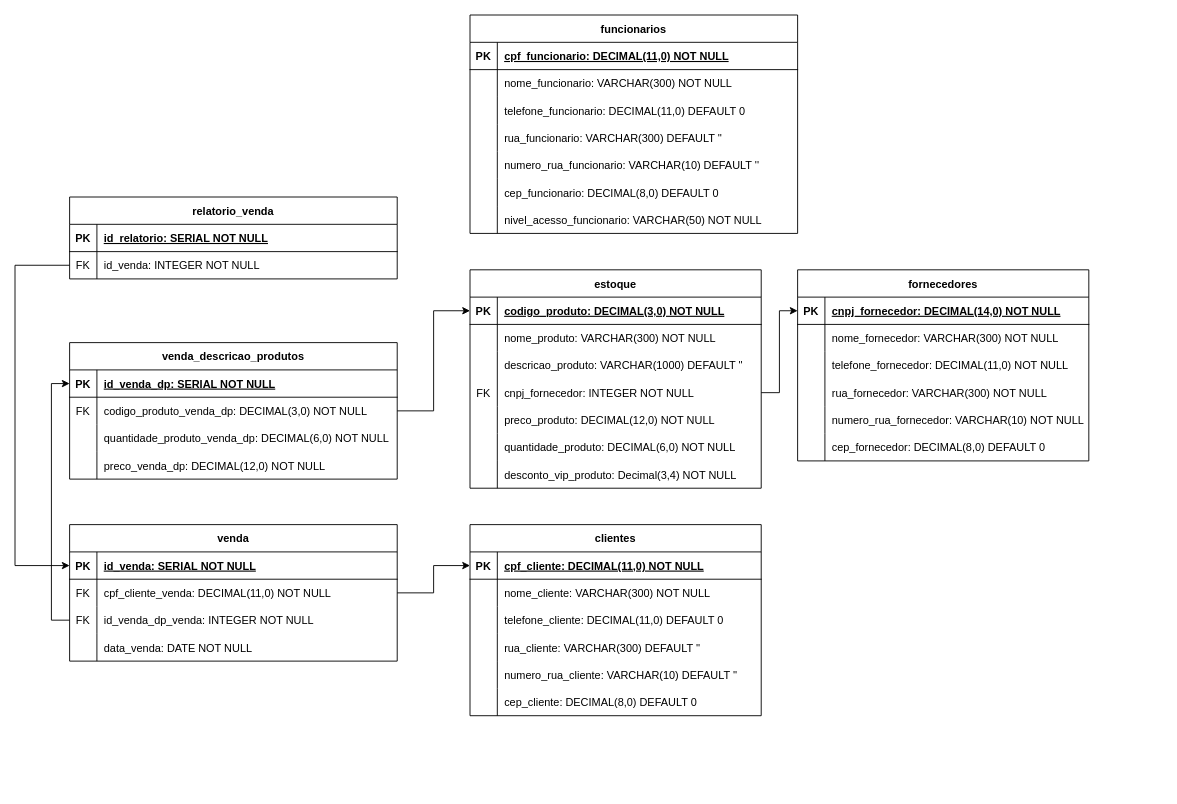
Earlier version of the draw.io diagram mercadoasj_der.drawio (OZimbres/MercadoASJ). Source tidied: cells renumbered, new cells numbered last; positions are measured from the earlier drawing's top-left corner, leaving out a move shared by most shapes. Both pictures are drawn from the tidied source at 91%, with x=0, y=0 at pixel (15, 15).
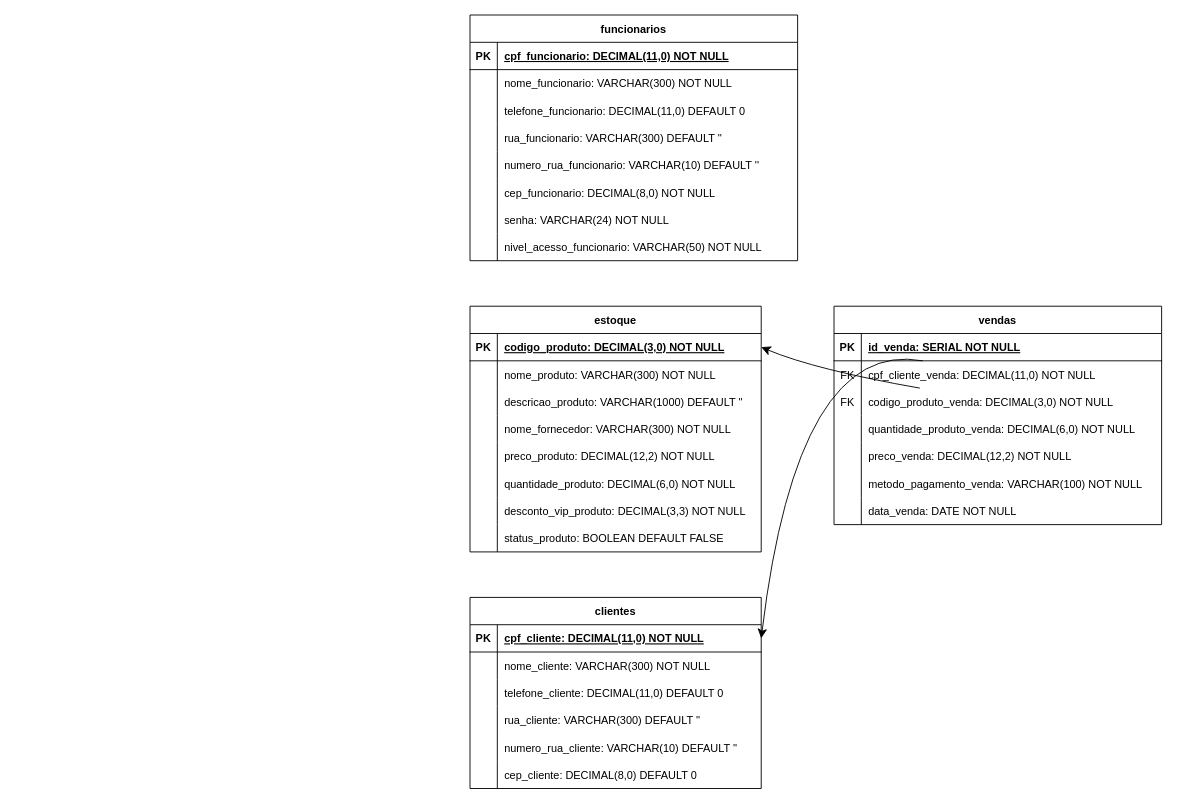
Above is the later version.

Unchanged cells that the change refers to:
```xml
<mxCell id="3" style="shape=partialRectangle;fillColor=none;points=[[0,0.5],[1,0.5]];portConstraint=eastwest;top=0;left=0;right=0;bottom=1;" parent="2" vertex="1">
  <mxGeometry y="30" width="320" height="30" as="geometry" />
</mxCell>
<mxCell id="22" style="shape=partialRectangle;fillColor=none;points=[[0,0.5],[1,0.5]];portConstraint=eastwest;top=0;left=0;right=0;bottom=1;" parent="21" vertex="1">
  <mxGeometry y="30" width="320" height="30" as="geometry" />
</mxCell>
<mxCell id="31" style="shape=partialRectangle;fillColor=none;points=[[0,0.5],[1,0.5]];portConstraint=eastwest;top=0;left=0;right=0;bottom=0;" parent="21" vertex="1">
  <mxGeometry y="120" width="320" height="30" as="geometry" />
</mxCell>
<mxCell id="34" style="shape=partialRectangle;fillColor=none;top=0;left=0;right=0;bottom=0;" parent="21" vertex="1">
  <mxGeometry y="150" width="320" height="30" as="geometry" />
</mxCell>
<mxCell id="40" style="shape=partialRectangle;fillColor=none;top=0;left=0;right=0;bottom=0;" parent="21" vertex="1">
  <mxGeometry y="210" width="320" height="30" as="geometry" />
</mxCell>
<mxCell id="78" style="shape=partialRectangle;fillColor=none;top=0;left=0;right=0;bottom=0;" parent="62" vertex="1">
  <mxGeometry y="180" width="360" height="30" as="geometry" />
</mxCell>
<mxCell id="81" style="shape=partialRectangle;fillColor=none;top=0;left=0;right=0;bottom=0;" parent="62" vertex="1">
  <mxGeometry y="210" width="360" height="30" as="geometry" />
</mxCell>
<mxCell id="107" style="shape=partialRectangle;fillColor=none;points=[[0,0.5],[1,0.5]];portConstraint=eastwest;top=0;left=0;right=0;bottom=1;" parent="106" vertex="1">
  <mxGeometry y="30" width="360" height="30" as="geometry" />
</mxCell>
<mxCell id="110" style="shape=partialRectangle;fillColor=none;points=[[0,0.5],[1,0.5]];portConstraint=eastwest;top=0;left=0;right=0;bottom=0;" parent="106" vertex="1">
  <mxGeometry y="60" width="360" height="30" as="geometry" />
</mxCell>
<mxCell id="113" style="shape=partialRectangle;fillColor=none;points=[[0,0.5],[1,0.5]];portConstraint=eastwest;top=0;left=0;right=0;bottom=0;" parent="106" vertex="1">
  <mxGeometry y="90" width="360" height="30" as="geometry" />
</mxCell>
<mxCell id="116" style="shape=partialRectangle;fillColor=none;top=0;left=0;right=0;bottom=0;" parent="106" vertex="1">
  <mxGeometry y="120" width="360" height="30" as="geometry" />
</mxCell>
```

The edit, as a diff of the source:
```diff
@@
     <mxCell id="2" value="clientes" style="shape=table;startSize=30;childLayout=tableLayout;rowLines=0;fontStyle=1;align=center;" parent="1" vertex="1">
-      <mxGeometry x="500" y="560" width="320" height="210" as="geometry" />
+      <mxGeometry x="500" y="640" width="320" height="210" as="geometry" />
     </mxCell>
@@
     <mxCell id="21" value="estoque" style="shape=table;startSize=30;childLayout=tableLayout;rowLines=0;fontStyle=1;align=center;" parent="1" vertex="1">
-      <mxGeometry x="500" y="280" width="320" height="240" as="geometry" />
+      <mxGeometry x="500" y="320" width="320" height="270" as="geometry" />
     </mxCell>
@@
-    <mxCell id="32" value="FK" style="shape=partialRectangle;overflow=hidden;fillColor=none;top=0;left=0;bottom=0;right=0;" parent="31" vertex="1">
+    <mxCell id="32" style="shape=partialRectangle;overflow=hidden;fillColor=none;top=0;left=0;bottom=0;right=0;" parent="31" vertex="1">
       <mxGeometry width="30" height="30" as="geometry" />
     </mxCell>
-    <mxCell id="33" value="cnpj_fornecedor: INTEGER NOT NULL" style="shape=partialRectangle;overflow=hidden;fillColor=none;top=0;left=0;bottom=0;right=0;align=left;spacingLeft=6;" parent="31" vertex="1">
+    <mxCell id="33" value="nome_fornecedor: VARCHAR(300) NOT NULL" style="shape=partialRectangle;overflow=hidden;fillColor=none;top=0;left=0;bottom=0;right=0;align=left;spacingLeft=6;" parent="31" vertex="1">
       <mxGeometry x="30" width="290" height="30" as="geometry" />
     </mxCell>
@@
-    <mxCell id="36" value="preco_produto: DECIMAL(12,0) NOT NULL" style="shape=partialRectangle;overflow=hidden;fillColor=none;top=0;left=0;bottom=0;right=0;align=left;spacingLeft=6;" parent="34" vertex="1">
+    <mxCell id="36" value="preco_produto: DECIMAL(12,2) NOT NULL" style="shape=partialRectangle;overflow=hidden;fillColor=none;top=0;left=0;bottom=0;right=0;align=left;spacingLeft=6;" parent="34" vertex="1">
       <mxGeometry x="30" width="290" height="30" as="geometry" />
     </mxCell>
@@
-    <mxCell id="42" value="desconto_vip_produto: Decimal(3,4) NOT NULL" style="shape=partialRectangle;overflow=hidden;fillColor=none;top=0;left=0;bottom=0;right=0;align=left;spacingLeft=6;" parent="40" vertex="1">
+    <mxCell id="42" value="desconto_vip_produto: DECIMAL(3,3) NOT NULL" style="shape=partialRectangle;overflow=hidden;fillColor=none;top=0;left=0;bottom=0;right=0;align=left;spacingLeft=6;" parent="40" vertex="1">
       <mxGeometry x="30" width="290" height="30" as="geometry" />
     </mxCell>
-    <mxCell id="43" value="fornecedores" style="shape=table;startSize=30;childLayout=tableLayout;rowLines=0;fontStyle=1;align=center;" parent="1" vertex="1">
-      <mxGeometry x="860" y="280" width="320" height="210" as="geometry" />
-    </mxCell>
-    <mxCell id="44" style="shape=partialRectangle;fillColor=none;points=[[0,0.5],[1,0.5]];portConstraint=eastwest;top=0;left=0;right=0;bottom=1;" parent="43" vertex="1">
-      <mxGeometry y="30" width="320" height="30" as="geometry" />
-    </mxCell>
-    <mxCell id="45" value="PK" style="shape=partialRectangle;overflow=hidden;fillColor=none;top=0;left=0;bottom=0;right=0;fontStyle=1;" parent="44" vertex="1">
-      <mxGeometry width="30" height="30" as="geometry" />
-    </mxCell>
-    <mxCell id="46" value="cnpj_fornecedor: DECIMAL(14,0) NOT NULL" style="shape=partialRectangle;overflow=hidden;fillColor=none;top=0;left=0;bottom=0;right=0;align=left;spacingLeft=6;fontStyle=5;" parent="44" vertex="1">
-      <mxGeometry x="30" width="290" height="30" as="geometry" />
-    </mxCell>
-    <mxCell id="47" style="shape=partialRectangle;fillColor=none;top=0;left=0;right=0;bottom=0;" parent="43" vertex="1">
-      <mxGeometry y="60" width="320" height="30" as="geometry" />
-    </mxCell>
-    <mxCell id="48" style="shape=partialRectangle;overflow=hidden;fillColor=none;top=0;left=0;bottom=0;right=0;" parent="47" vertex="1">
-      <mxGeometry width="30" height="30" as="geometry" />
-    </mxCell>
-    <mxCell id="49" value="nome_fornecedor: VARCHAR(300) NOT NULL" style="shape=partialRectangle;overflow=hidden;fillColor=none;top=0;left=0;bottom=0;right=0;align=left;spacingLeft=6;" parent="47" vertex="1">
-      <mxGeometry x="30" width="290" height="30" as="geometry" />
-    </mxCell>
-    <mxCell id="50" style="shape=partialRectangle;fillColor=none;top=0;left=0;right=0;bottom=0;" parent="43" vertex="1">
-      <mxGeometry y="90" width="320" height="30" as="geometry" />
-    </mxCell>
-    <mxCell id="51" style="shape=partialRectangle;overflow=hidden;fillColor=none;top=0;left=0;bottom=0;right=0;" parent="50" vertex="1">
-      <mxGeometry width="30" height="30" as="geometry" />
-    </mxCell>
-    <mxCell id="52" value="telefone_fornecedor: DECIMAL(11,0) NOT NULL" style="shape=partialRectangle;overflow=hidden;fillColor=none;top=0;left=0;bottom=0;right=0;align=left;spacingLeft=6;" parent="50" vertex="1">
-      <mxGeometry x="30" width="290" height="30" as="geometry" />
-    </mxCell>
-    <mxCell id="53" style="shape=partialRectangle;fillColor=none;top=0;left=0;right=0;bottom=0;" parent="43" vertex="1">
-      <mxGeometry y="120" width="320" height="30" as="geometry" />
-    </mxCell>
-    <mxCell id="54" style="shape=partialRectangle;overflow=hidden;fillColor=none;top=0;left=0;bottom=0;right=0;" parent="53" vertex="1">
-      <mxGeometry width="30" height="30" as="geometry" />
-    </mxCell>
-    <mxCell id="55" value="rua_fornecedor: VARCHAR(300) NOT NULL" style="shape=partialRectangle;overflow=hidden;fillColor=none;top=0;left=0;bottom=0;right=0;align=left;spacingLeft=6;" parent="53" vertex="1">
-      <mxGeometry x="30" width="290" height="30" as="geometry" />
-    </mxCell>
-    <mxCell id="56" style="shape=partialRectangle;fillColor=none;top=0;left=0;right=0;bottom=0;" parent="43" vertex="1">
-      <mxGeometry y="150" width="320" height="30" as="geometry" />
-    </mxCell>
-    <mxCell id="57" style="shape=partialRectangle;overflow=hidden;fillColor=none;top=0;left=0;bottom=0;right=0;" parent="56" vertex="1">
-      <mxGeometry width="30" height="30" as="geometry" />
-    </mxCell>
-    <mxCell id="58" value="numero_rua_fornecedor: VARCHAR(10) NOT NULL" style="shape=partialRectangle;overflow=hidden;fillColor=none;top=0;left=0;bottom=0;right=0;align=left;spacingLeft=6;" parent="56" vertex="1">
-      <mxGeometry x="30" width="290" height="30" as="geometry" />
-    </mxCell>
-    <mxCell id="59" style="shape=partialRectangle;fillColor=none;top=0;left=0;right=0;bottom=0;" parent="43" vertex="1">
-      <mxGeometry y="180" width="320" height="30" as="geometry" />
-    </mxCell>
-    <mxCell id="60" style="shape=partialRectangle;overflow=hidden;fillColor=none;top=0;left=0;bottom=0;right=0;" parent="59" vertex="1">
-      <mxGeometry width="30" height="30" as="geometry" />
-    </mxCell>
-    <mxCell id="61" value="cep_fornecedor: DECIMAL(8,0) DEFAULT 0 " style="shape=partialRectangle;overflow=hidden;fillColor=none;top=0;left=0;bottom=0;right=0;align=left;spacingLeft=6;" parent="59" vertex="1">
-      <mxGeometry x="30" width="290" height="30" as="geometry" />
-    </mxCell>
+    <mxCell id="122" style="shape=partialRectangle;fillColor=none;top=0;left=0;right=0;bottom=0;" parent="21" vertex="1">
+      <mxGeometry y="240" width="320" height="30" as="geometry" />
+    </mxCell>
+    <mxCell id="123" style="shape=partialRectangle;overflow=hidden;fillColor=none;top=0;left=0;bottom=0;right=0;" parent="122" vertex="1">
+      <mxGeometry width="30" height="30" as="geometry" />
+    </mxCell>
+    <mxCell id="124" value="status_produto: BOOLEAN DEFAULT FALSE" style="shape=partialRectangle;overflow=hidden;fillColor=none;top=0;left=0;bottom=0;right=0;align=left;spacingLeft=6;" parent="122" vertex="1">
+      <mxGeometry x="30" width="290" height="30" as="geometry" />
+    </mxCell>
     <mxCell id="62" value="funcionarios" style="shape=table;startSize=30;childLayout=tableLayout;rowLines=0;fontStyle=1;align=center;" parent="1" vertex="1">
-      <mxGeometry x="500" width="360" height="240" as="geometry" />
+      <mxGeometry x="500" width="360" height="270" as="geometry" />
     </mxCell>
@@
-    <mxCell id="80" value="cep_funcionario: DECIMAL(8,0) DEFAULT 0 " style="shape=partialRectangle;overflow=hidden;fillColor=none;top=0;left=0;bottom=0;right=0;align=left;spacingLeft=6;" parent="78" vertex="1">
+    <mxCell id="80" value="cep_funcionario: DECIMAL(8,0) NOT NULL" style="shape=partialRectangle;overflow=hidden;fillColor=none;top=0;left=0;bottom=0;right=0;align=left;spacingLeft=6;" parent="78" vertex="1">
       <mxGeometry x="30" width="330" height="30" as="geometry" />
     </mxCell>
@@
-    <mxCell id="83" value="nivel_acesso_funcionario: VARCHAR(50) NOT NULL" style="shape=partialRectangle;overflow=hidden;fillColor=none;top=0;left=0;bottom=0;right=0;align=left;spacingLeft=6;" parent="81" vertex="1">
+    <mxCell id="83" value="senha: VARCHAR(24) NOT NULL" style="shape=partialRectangle;overflow=hidden;fillColor=none;top=0;left=0;bottom=0;right=0;align=left;spacingLeft=6;" parent="81" vertex="1">
       <mxGeometry x="30" width="330" height="30" as="geometry" />
     </mxCell>
-    <mxCell id="84" style="edgeStyle=orthogonalEdgeStyle;rounded=0;jettySize=auto;html=1;entryX=0;entryY=0.5;entryDx=0;entryDy=0;" parent="1" edge="1" source="31" target="44">
-      <mxGeometry relative="1" as="geometry" />
-    </mxCell>
-    <mxCell id="85" value="relatorio_venda" style="shape=table;startSize=30;childLayout=tableLayout;rowLines=0;fontStyle=1;align=center;" parent="1" vertex="1">
-      <mxGeometry x="60" y="200" width="360" height="90" as="geometry" />
-    </mxCell>
-    <mxCell id="86" style="shape=partialRectangle;fillColor=none;top=0;left=0;right=0;bottom=1;" parent="85" vertex="1">
-      <mxGeometry y="30" width="360" height="30" as="geometry" />
-    </mxCell>
-    <mxCell id="87" value="PK" style="shape=partialRectangle;overflow=hidden;fillColor=none;top=0;left=0;bottom=0;right=0;fontStyle=1;" parent="86" vertex="1">
-      <mxGeometry width="30" height="30" as="geometry" />
-    </mxCell>
-    <mxCell id="88" value="id_relatorio: SERIAL NOT NULL" style="shape=partialRectangle;overflow=hidden;fillColor=none;top=0;left=0;bottom=0;right=0;align=left;spacingLeft=6;fontStyle=5;" parent="86" vertex="1">
-      <mxGeometry x="30" width="330" height="30" as="geometry" />
-    </mxCell>
-    <mxCell id="89" style="shape=partialRectangle;fillColor=none;points=[[0,0.5],[1,0.5]];portConstraint=eastwest;top=0;left=0;right=0;bottom=0;" parent="85" vertex="1">
-      <mxGeometry y="60" width="360" height="30" as="geometry" />
-    </mxCell>
-    <mxCell id="90" value="FK" style="shape=partialRectangle;overflow=hidden;fillColor=none;top=0;left=0;bottom=0;right=0;" parent="89" vertex="1">
-      <mxGeometry width="30" height="30" as="geometry" />
-    </mxCell>
-    <mxCell id="91" value="id_venda: INTEGER NOT NULL" style="shape=partialRectangle;overflow=hidden;fillColor=none;top=0;left=0;bottom=0;right=0;align=left;spacingLeft=6;" parent="89" vertex="1">
-      <mxGeometry x="30" width="330" height="30" as="geometry" />
-    </mxCell>
-    <mxCell id="92" value="venda_descricao_produtos" style="shape=table;startSize=30;childLayout=tableLayout;rowLines=0;fontStyle=1;align=center;" parent="1" vertex="1">
-      <mxGeometry x="60" y="360" width="360" height="150" as="geometry" />
-    </mxCell>
-    <mxCell id="93" style="shape=partialRectangle;fillColor=none;points=[[0,0.5],[1,0.5]];portConstraint=eastwest;top=0;left=0;right=0;bottom=1;" parent="92" vertex="1">
-      <mxGeometry y="30" width="360" height="30" as="geometry" />
-    </mxCell>
-    <mxCell id="94" value="PK" style="shape=partialRectangle;overflow=hidden;fillColor=none;top=0;left=0;bottom=0;right=0;fontStyle=1;" parent="93" vertex="1">
-      <mxGeometry width="30" height="30" as="geometry" />
-    </mxCell>
-    <mxCell id="95" value="id_venda_dp: SERIAL NOT NULL" style="shape=partialRectangle;overflow=hidden;fillColor=none;top=0;left=0;bottom=0;right=0;align=left;spacingLeft=6;fontStyle=5;" parent="93" vertex="1">
-      <mxGeometry x="30" width="330" height="30" as="geometry" />
-    </mxCell>
-    <mxCell id="96" style="shape=partialRectangle;fillColor=none;points=[[0,0.5],[1,0.5]];portConstraint=eastwest;top=0;left=0;right=0;bottom=0;" parent="92" vertex="1">
-      <mxGeometry y="60" width="360" height="30" as="geometry" />
-    </mxCell>
-    <mxCell id="97" value="FK" style="shape=partialRectangle;overflow=hidden;fillColor=none;top=0;left=0;bottom=0;right=0;" parent="96" vertex="1">
-      <mxGeometry width="30" height="30" as="geometry" />
-    </mxCell>
-    <mxCell id="98" value="codigo_produto_venda_dp: DECIMAL(3,0) NOT NULL" style="shape=partialRectangle;overflow=hidden;fillColor=none;top=0;left=0;bottom=0;right=0;align=left;spacingLeft=6;" parent="96" vertex="1">
-      <mxGeometry x="30" width="330" height="30" as="geometry" />
-    </mxCell>
-    <mxCell id="99" style="shape=partialRectangle;fillColor=none;top=0;left=0;right=0;bottom=0;" parent="92" vertex="1">
-      <mxGeometry y="90" width="360" height="30" as="geometry" />
-    </mxCell>
-    <mxCell id="100" style="shape=partialRectangle;overflow=hidden;fillColor=none;top=0;left=0;bottom=0;right=0;" parent="99" vertex="1">
-      <mxGeometry width="30" height="30" as="geometry" />
-    </mxCell>
-    <mxCell id="101" value="quantidade_produto_venda_dp: DECIMAL(6,0) NOT NULL" style="shape=partialRectangle;overflow=hidden;fillColor=none;top=0;left=0;bottom=0;right=0;align=left;spacingLeft=6;" parent="99" vertex="1">
-      <mxGeometry x="30" width="330" height="30" as="geometry" />
-    </mxCell>
-    <mxCell id="102" style="shape=partialRectangle;fillColor=none;top=0;left=0;right=0;bottom=0;" parent="92" vertex="1">
-      <mxGeometry y="120" width="360" height="30" as="geometry" />
-    </mxCell>
-    <mxCell id="103" style="shape=partialRectangle;overflow=hidden;fillColor=none;top=0;left=0;bottom=0;right=0;" parent="102" vertex="1">
-      <mxGeometry width="30" height="30" as="geometry" />
-    </mxCell>
-    <mxCell id="104" value="preco_venda_dp: DECIMAL(12,0) NOT NULL" style="shape=partialRectangle;overflow=hidden;fillColor=none;top=0;left=0;bottom=0;right=0;align=left;spacingLeft=6;" parent="102" vertex="1">
-      <mxGeometry x="30" width="330" height="30" as="geometry" />
-    </mxCell>
-    <mxCell id="105" style="edgeStyle=orthogonalEdgeStyle;rounded=0;jettySize=auto;html=1;entryX=0;entryY=0.5;entryDx=0;entryDy=0;" parent="1" edge="1" source="96" target="22">
-      <mxGeometry relative="1" as="geometry" />
-    </mxCell>
+    <mxCell id="125" style="shape=partialRectangle;fillColor=none;top=0;left=0;right=0;bottom=0;" parent="62" vertex="1">
+      <mxGeometry y="240" width="360" height="30" as="geometry" />
+    </mxCell>
+    <mxCell id="126" style="shape=partialRectangle;overflow=hidden;fillColor=none;top=0;left=0;bottom=0;right=0;" parent="125" vertex="1">
+      <mxGeometry width="30" height="30" as="geometry" />
+    </mxCell>
+    <mxCell id="127" value="nivel_acesso_funcionario: VARCHAR(50) NOT NULL" style="shape=partialRectangle;overflow=hidden;fillColor=none;top=0;left=0;bottom=0;right=0;align=left;spacingLeft=6;" parent="125" vertex="1">
+      <mxGeometry x="30" width="330" height="30" as="geometry" />
+    </mxCell>
-    <mxCell id="106" value="venda" style="shape=table;startSize=30;childLayout=tableLayout;rowLines=0;fontStyle=1;align=center;" parent="1" vertex="1">
-      <mxGeometry x="60" y="560" width="360" height="150" as="geometry" />
+    <mxCell id="106" value="vendas" style="shape=table;startSize=30;childLayout=tableLayout;rowLines=0;fontStyle=1;align=center;" parent="1" vertex="1">
+      <mxGeometry x="900" y="320" width="360" height="240" as="geometry" />
     </mxCell>
@@
-    <mxCell id="115" value="id_venda_dp_venda: INTEGER NOT NULL" style="shape=partialRectangle;overflow=hidden;fillColor=none;top=0;left=0;bottom=0;right=0;align=left;spacingLeft=6;" parent="113" vertex="1">
+    <mxCell id="115" value="codigo_produto_venda: DECIMAL(3,0) NOT NULL" style="shape=partialRectangle;overflow=hidden;fillColor=none;top=0;left=0;bottom=0;right=0;align=left;spacingLeft=6;" parent="113" vertex="1">
       <mxGeometry x="30" width="330" height="30" as="geometry" />
     </mxCell>
@@
-    <mxCell id="118" value="data_venda: DATE NOT NULL" style="shape=partialRectangle;overflow=hidden;fillColor=none;top=0;left=0;bottom=0;right=0;align=left;spacingLeft=6;" parent="116" vertex="1">
+    <mxCell id="118" value="quantidade_produto_venda: DECIMAL(6,0) NOT NULL" style="shape=partialRectangle;overflow=hidden;fillColor=none;top=0;left=0;bottom=0;right=0;align=left;spacingLeft=6;" parent="116" vertex="1">
       <mxGeometry x="30" width="330" height="30" as="geometry" />
     </mxCell>
+    <mxCell id="128" style="shape=partialRectangle;fillColor=none;top=0;left=0;right=0;bottom=0;" parent="106" vertex="1">
+      <mxGeometry y="150" width="360" height="30" as="geometry" />
+    </mxCell>
+    <mxCell id="129" style="shape=partialRectangle;overflow=hidden;fillColor=none;top=0;left=0;bottom=0;right=0;" parent="128" vertex="1">
+      <mxGeometry width="30" height="30" as="geometry" />
+    </mxCell>
+    <mxCell id="130" value="preco_venda: DECIMAL(12,2) NOT NULL" style="shape=partialRectangle;overflow=hidden;fillColor=none;top=0;left=0;bottom=0;right=0;align=left;spacingLeft=6;" parent="128" vertex="1">
+      <mxGeometry x="30" width="330" height="30" as="geometry" />
+    </mxCell>
+    <mxCell id="131" style="shape=partialRectangle;fillColor=none;top=0;left=0;right=0;bottom=0;" parent="106" vertex="1">
+      <mxGeometry y="180" width="360" height="30" as="geometry" />
+    </mxCell>
+    <mxCell id="132" style="shape=partialRectangle;overflow=hidden;fillColor=none;top=0;left=0;bottom=0;right=0;" parent="131" vertex="1">
+      <mxGeometry width="30" height="30" as="geometry" />
+    </mxCell>
+    <mxCell id="133" value="metodo_pagamento_venda: VARCHAR(100) NOT NULL" style="shape=partialRectangle;overflow=hidden;fillColor=none;top=0;left=0;bottom=0;right=0;align=left;spacingLeft=6;" parent="131" vertex="1">
+      <mxGeometry x="30" width="330" height="30" as="geometry" />
+    </mxCell>
+    <mxCell id="134" style="shape=partialRectangle;fillColor=none;top=0;left=0;right=0;bottom=0;" parent="106" vertex="1">
+      <mxGeometry y="210" width="360" height="30" as="geometry" />
+    </mxCell>
+    <mxCell id="135" style="shape=partialRectangle;overflow=hidden;fillColor=none;top=0;left=0;bottom=0;right=0;" parent="134" vertex="1">
+      <mxGeometry width="30" height="30" as="geometry" />
+    </mxCell>
+    <mxCell id="136" value="data_venda: DATE NOT NULL" style="shape=partialRectangle;overflow=hidden;fillColor=none;top=0;left=0;bottom=0;right=0;align=left;spacingLeft=6;" parent="134" vertex="1">
+      <mxGeometry x="30" width="330" height="30" as="geometry" />
+    </mxCell>
+    <mxCell id="137" style="edgeStyle=none;curved=1;rounded=0;jettySize=auto;html=1;entryX=1;entryY=0.5;entryDx=0;entryDy=0;fontSize=12;startSize=8;endSize=8;" parent="1" edge="1" source="113" target="22">
+      <mxGeometry relative="1" as="geometry">
+        <Array as="points">
+          <mxPoint x="880" y="390" />
+        </Array>
+      </mxGeometry>
+    </mxCell>
-    <mxCell id="119" style="edgeStyle=orthogonalEdgeStyle;rounded=0;jettySize=auto;html=1;entryX=0;entryY=0.5;entryDx=0;entryDy=0;" parent="1" edge="1" source="110" target="3">
-      <mxGeometry relative="1" as="geometry" />
+    <mxCell id="119" style="edgeStyle=none;curved=1;rounded=0;jettySize=auto;html=1;entryX=1;entryY=0.5;entryDx=0;entryDy=0;fontSize=12;startSize=8;endSize=8;" parent="1" edge="1" source="110" target="3">
+      <mxGeometry relative="1" as="geometry">
+        <Array as="points">
+          <mxPoint x="860" y="355" />
+        </Array>
+      </mxGeometry>
     </mxCell>
-    <mxCell id="120" style="edgeStyle=orthogonalEdgeStyle;rounded=0;jettySize=auto;html=1;entryX=0;entryY=0.5;entryDx=0;entryDy=0;" parent="1" edge="1" source="113" target="93">
-      <mxGeometry relative="1" as="geometry" />
-    </mxCell>
-    <mxCell id="121" style="edgeStyle=orthogonalEdgeStyle;rounded=0;jettySize=auto;html=1;entryX=0;entryY=0.5;entryDx=0;entryDy=0;" parent="1" edge="1" source="89" target="107">
-      <mxGeometry relative="1" as="geometry">
-        <Array as="points">
-          <mxPoint y="275" />
-          <mxPoint y="605" />
-        </Array>
-      </mxGeometry>
-    </mxCell>
```
